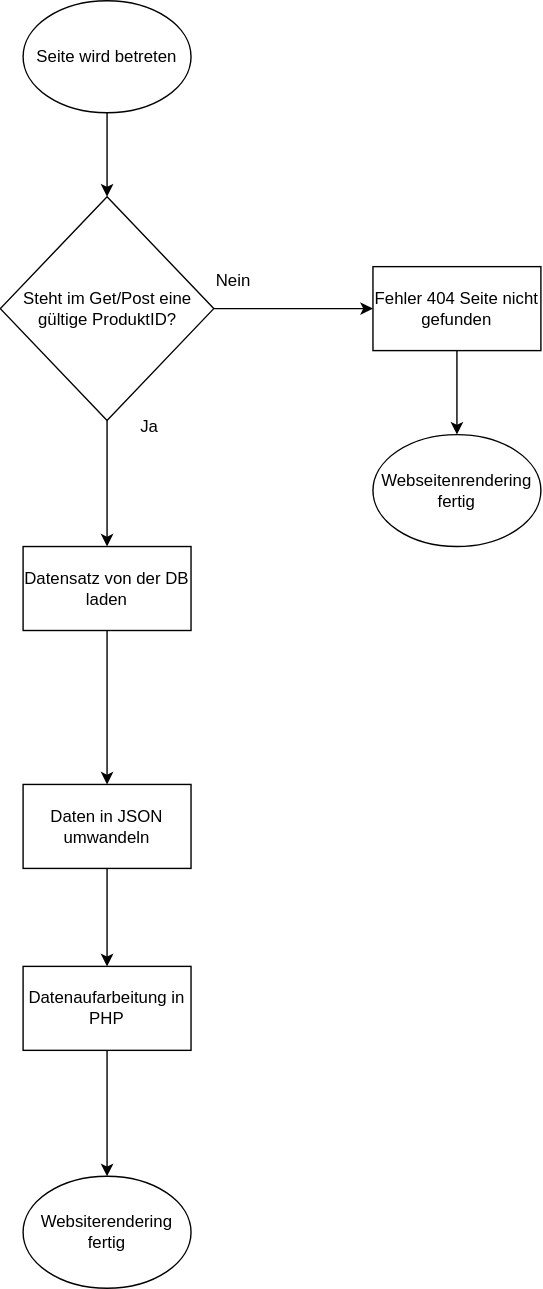
Projektarbeiten/ProjectPlatypus keeps this draw.io diagram as drawio/flussdiagrammProduktDatenladen.drawio.svg. Above is the earlier version. Source tidied: cells renumbered, new cells last; positions are measured from the earlier drawing's top-left corner, leaving out a move shared by most shapes. Its diagram source:
```xml
<mxGraphModel>
  <root>
    <mxCell id="0" />
    <mxCell id="1" parent="0" />
    <mxCell id="2" style="edgeStyle=none;html=1;exitX=0.5;exitY=1;exitDx=0;exitDy=0;entryX=0.5;entryY=0;entryDx=0;entryDy=0;" parent="1" edge="1" source="3" target="6">
      <mxGeometry relative="1" as="geometry" />
    </mxCell>
    <mxCell id="3" value="Seite wird betreten" style="ellipse;whiteSpace=wrap;html=1;" parent="1" vertex="1">
      <mxGeometry x="16" width="120" height="80" as="geometry" />
    </mxCell>
    <mxCell id="4" style="edgeStyle=none;html=1;exitX=1;exitY=0.5;exitDx=0;exitDy=0;entryX=0;entryY=0.5;entryDx=0;entryDy=0;" parent="1" edge="1" source="6" target="9">
      <mxGeometry relative="1" as="geometry" />
    </mxCell>
    <mxCell id="5" style="edgeStyle=none;html=1;exitX=0.5;exitY=1;exitDx=0;exitDy=0;entryX=0.5;entryY=0;entryDx=0;entryDy=0;" parent="1" edge="1" source="6" target="12">
      <mxGeometry relative="1" as="geometry" />
    </mxCell>
    <mxCell id="6" value="Steht im Get/Post eine gültige ProduktID?" style="rhombus;whiteSpace=wrap;html=1;" parent="1" vertex="1">
      <mxGeometry x="-0.2" y="140" width="152.5" height="160" as="geometry" />
    </mxCell>
    <mxCell id="7" value="Nein" style="text;html=1;align=center;verticalAlign=middle;strokeColor=none;fillColor=none;" parent="1" vertex="1">
      <mxGeometry x="141" y="185" width="50" height="30" as="geometry" />
    </mxCell>
    <mxCell id="8" style="edgeStyle=none;html=1;exitX=0.5;exitY=1;exitDx=0;exitDy=0;entryX=0.5;entryY=0;entryDx=0;entryDy=0;" parent="1" edge="1" source="9" target="18">
      <mxGeometry relative="1" as="geometry" />
    </mxCell>
    <mxCell id="9" value="Fehler 404 Seite nicht gefunden" style="rounded=0;whiteSpace=wrap;html=1;" parent="1" vertex="1">
      <mxGeometry x="266" y="190" width="120" height="60" as="geometry" />
    </mxCell>
    <mxCell id="10" value="Ja" style="text;html=1;align=center;verticalAlign=middle;strokeColor=none;fillColor=none;" parent="1" vertex="1">
      <mxGeometry x="86" y="290" width="40" height="30" as="geometry" />
    </mxCell>
    <mxCell id="11" style="edgeStyle=none;html=1;exitX=0.5;exitY=1;exitDx=0;exitDy=0;entryX=0.5;entryY=0;entryDx=0;entryDy=0;" parent="1" edge="1" source="12" target="14">
      <mxGeometry relative="1" as="geometry" />
    </mxCell>
    <mxCell id="12" value="Datensatz von der DB laden" style="rounded=0;whiteSpace=wrap;html=1;" parent="1" vertex="1">
      <mxGeometry x="16" y="390" width="120" height="60" as="geometry" />
    </mxCell>
    <mxCell id="13" style="edgeStyle=none;html=1;exitX=0.5;exitY=1;exitDx=0;exitDy=0;entryX=0.5;entryY=0;entryDx=0;entryDy=0;" parent="1" edge="1" source="14" target="16">
      <mxGeometry relative="1" as="geometry" />
    </mxCell>
    <mxCell id="14" value="Daten in JSON umwandeln" style="rounded=0;whiteSpace=wrap;html=1;" parent="1" vertex="1">
      <mxGeometry x="16" y="560" width="120" height="60" as="geometry" />
    </mxCell>
    <mxCell id="15" style="edgeStyle=none;html=1;exitX=0.5;exitY=1;exitDx=0;exitDy=0;entryX=0.5;entryY=0;entryDx=0;entryDy=0;" parent="1" edge="1" source="16" target="17">
      <mxGeometry relative="1" as="geometry" />
    </mxCell>
    <mxCell id="16" value="Datenaufarbeitung in PHP" style="rounded=0;whiteSpace=wrap;html=1;" parent="1" vertex="1">
      <mxGeometry x="16" y="690" width="120" height="60" as="geometry" />
    </mxCell>
    <mxCell id="17" value="Websiterendering fertig" style="ellipse;whiteSpace=wrap;html=1;" parent="1" vertex="1">
      <mxGeometry x="16" y="840" width="120" height="80" as="geometry" />
    </mxCell>
    <mxCell id="18" value="Webseitenrendering fertig" style="ellipse;whiteSpace=wrap;html=1;" parent="1" vertex="1">
      <mxGeometry x="266" y="310" width="120" height="80" as="geometry" />
    </mxCell>
  </root>
</mxGraphModel>
```
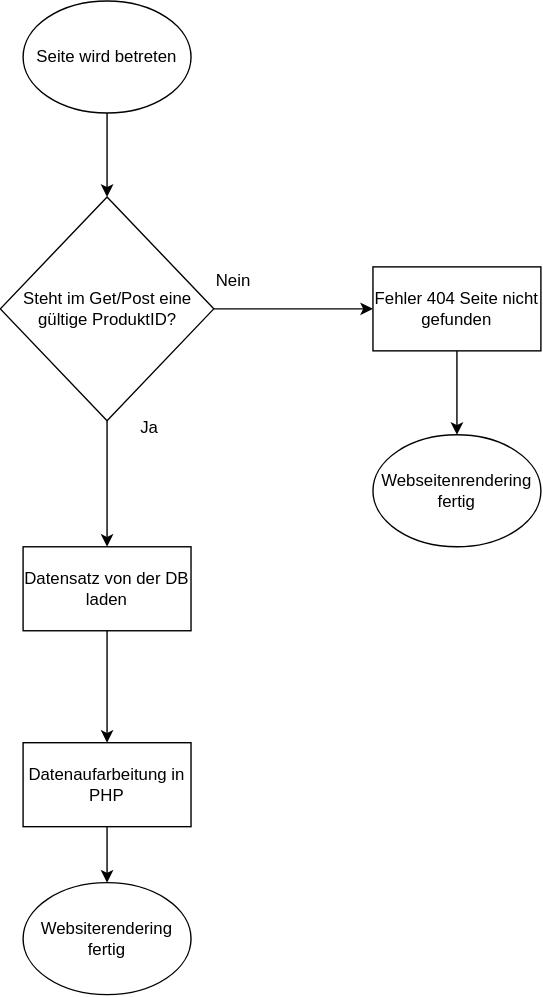
After the commit.

Commit message:
flussdiagramm verbesseren

The edit, as a diff of the source:
```diff
@@ -29,26 +29,20 @@
     <mxCell id="10" value="Ja" style="text;html=1;align=center;verticalAlign=middle;strokeColor=none;fillColor=none;" parent="1" vertex="1">
       <mxGeometry x="86" y="290" width="40" height="30" as="geometry" />
     </mxCell>
-    <mxCell id="11" style="edgeStyle=none;html=1;exitX=0.5;exitY=1;exitDx=0;exitDy=0;entryX=0.5;entryY=0;entryDx=0;entryDy=0;" parent="1" edge="1" source="12" target="14">
+    <mxCell id="11" style="edgeStyle=none;html=1;exitX=0.5;exitY=1;exitDx=0;exitDy=0;entryX=0.5;entryY=0;entryDx=0;entryDy=0;" parent="1" edge="1" source="12" target="16">
       <mxGeometry relative="1" as="geometry" />
     </mxCell>
     <mxCell id="12" value="Datensatz von der DB laden" style="rounded=0;whiteSpace=wrap;html=1;" parent="1" vertex="1">
       <mxGeometry x="16" y="390" width="120" height="60" as="geometry" />
     </mxCell>
-    <mxCell id="13" style="edgeStyle=none;html=1;exitX=0.5;exitY=1;exitDx=0;exitDy=0;entryX=0.5;entryY=0;entryDx=0;entryDy=0;" parent="1" edge="1" source="14" target="16">
-      <mxGeometry relative="1" as="geometry" />
-    </mxCell>
-    <mxCell id="14" value="Daten in JSON umwandeln" style="rounded=0;whiteSpace=wrap;html=1;" parent="1" vertex="1">
-      <mxGeometry x="16" y="560" width="120" height="60" as="geometry" />
-    </mxCell>
     <mxCell id="15" style="edgeStyle=none;html=1;exitX=0.5;exitY=1;exitDx=0;exitDy=0;entryX=0.5;entryY=0;entryDx=0;entryDy=0;" parent="1" edge="1" source="16" target="17">
       <mxGeometry relative="1" as="geometry" />
     </mxCell>
     <mxCell id="16" value="Datenaufarbeitung in PHP" style="rounded=0;whiteSpace=wrap;html=1;" parent="1" vertex="1">
-      <mxGeometry x="16" y="690" width="120" height="60" as="geometry" />
+      <mxGeometry x="16" y="530" width="120" height="60" as="geometry" />
     </mxCell>
     <mxCell id="17" value="Websiterendering fertig" style="ellipse;whiteSpace=wrap;html=1;" parent="1" vertex="1">
-      <mxGeometry x="16" y="840" width="120" height="80" as="geometry" />
+      <mxGeometry x="16" y="630" width="120" height="80" as="geometry" />
     </mxCell>
     <mxCell id="18" value="Webseitenrendering fertig" style="ellipse;whiteSpace=wrap;html=1;" parent="1" vertex="1">
       <mxGeometry x="266" y="310" width="120" height="80" as="geometry" />
```
